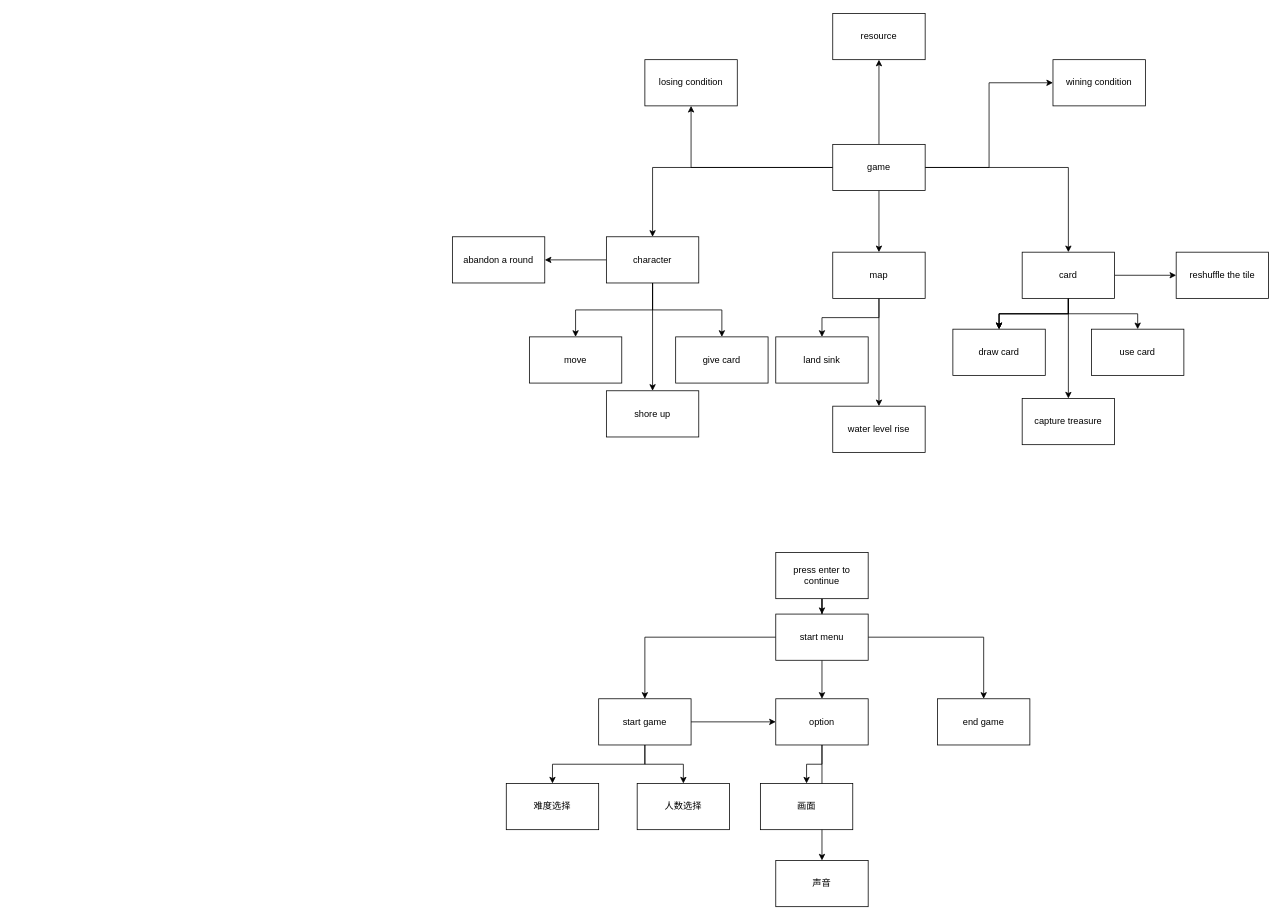
Above: forbidden-island.drawio in yukunliu110100001111/ForbiddenIsland (draw.io), before the change. Source tidied: cells renumbered, new cells numbered last; positions are measured from the earlier drawing's top-left corner, leaving out a move shared by most shapes. Both pictures are drawn from the tidied source at 77%, with x=0, y=0 at pixel (452, 13).
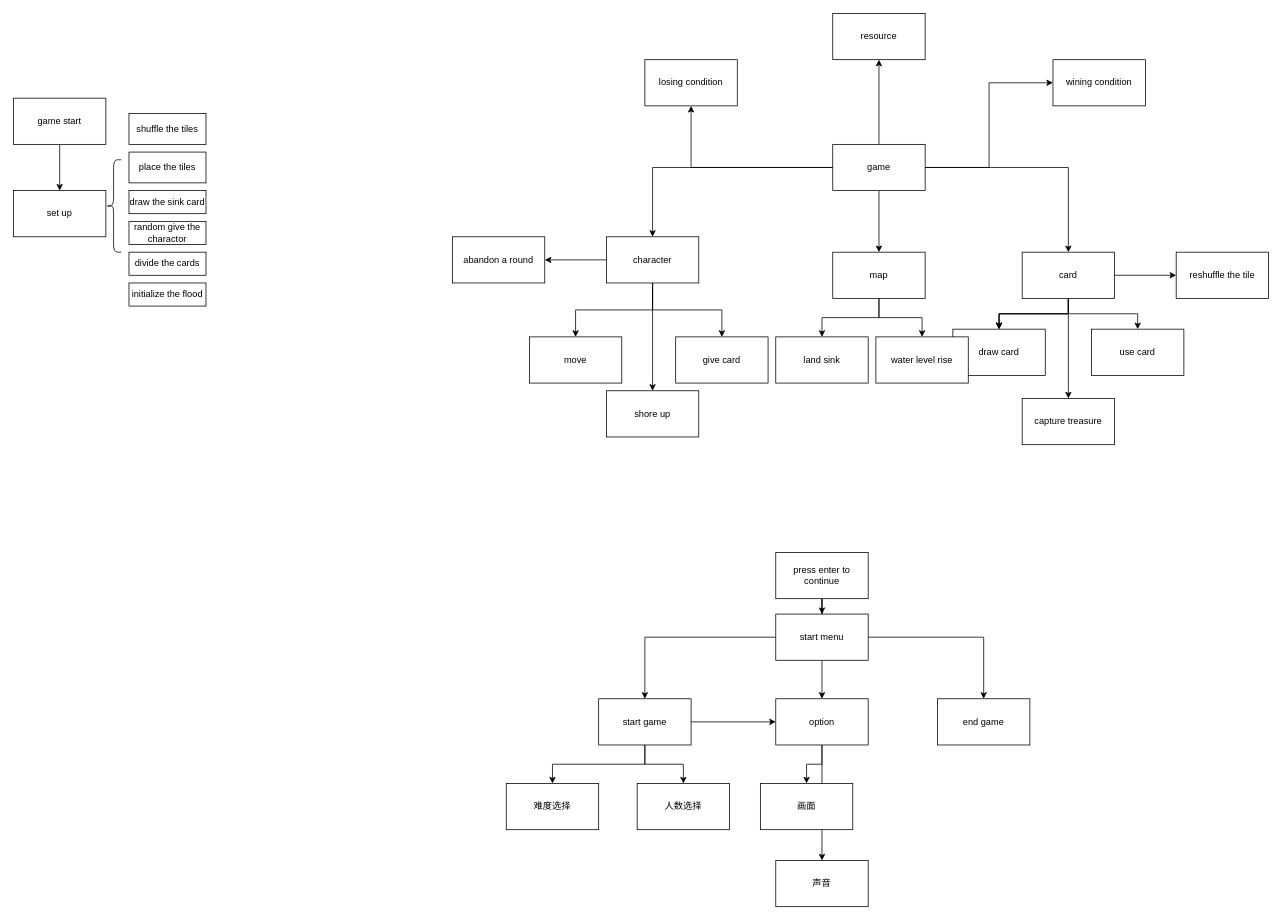
After the change.

Change to the diagram source:
```diff
@@
     <mxCell id="36" value="water level rise" style="rounded=0;whiteSpace=wrap;html=1;" parent="1" vertex="1">
-      <mxGeometry x="494" y="510" width="120" height="60" as="geometry" />
+      <mxGeometry x="550" y="420" width="120" height="60" as="geometry" />
     </mxCell>
@@
+    <mxCell id="55" style="edgeStyle=orthogonalEdgeStyle;rounded=0;jettySize=auto;html=1;" parent="1" edge="1" source="56" target="57">
+      <mxGeometry relative="1" as="geometry" />
+    </mxCell>
+    <mxCell id="56" value="game start" style="rounded=0;whiteSpace=wrap;html=1;" parent="1" vertex="1">
+      <mxGeometry x="-570" y="110" width="120" height="60" as="geometry" />
+    </mxCell>
+    <mxCell id="57" value="set up" style="whiteSpace=wrap;html=1;rounded=0;" parent="1" vertex="1">
+      <mxGeometry x="-570" y="230" width="120" height="60" as="geometry" />
+    </mxCell>
+    <mxCell id="58" value="shuffle the tiles" style="rounded=0;whiteSpace=wrap;html=1;" parent="1" vertex="1">
+      <mxGeometry x="-420" y="130" width="100" height="40" as="geometry" />
+    </mxCell>
+    <mxCell id="59" style="shape=curlyBracket;whiteSpace=wrap;html=1;rounded=1;labelPosition=left;verticalLabelPosition=middle;align=right;verticalAlign=middle;" parent="1" vertex="1">
+      <mxGeometry x="-450" y="190" width="20" height="120" as="geometry" />
+    </mxCell>
+    <mxCell id="60" value="place the tiles" style="rounded=0;whiteSpace=wrap;html=1;" parent="1" vertex="1">
+      <mxGeometry x="-420" y="180" width="100" height="40" as="geometry" />
+    </mxCell>
+    <mxCell id="61" value="initialize the flood" style="rounded=0;whiteSpace=wrap;html=1;" parent="1" vertex="1">
+      <mxGeometry x="-420" y="350" width="100" height="30" as="geometry" />
+    </mxCell>
+    <mxCell id="62" value="divide the cards" style="rounded=0;whiteSpace=wrap;html=1;" parent="1" vertex="1">
+      <mxGeometry x="-420" y="310" width="100" height="30" as="geometry" />
+    </mxCell>
+    <mxCell id="63" value="draw the sink card" style="rounded=0;whiteSpace=wrap;html=1;" parent="1" vertex="1">
+      <mxGeometry x="-420" y="230" width="100" height="30" as="geometry" />
+    </mxCell>
+    <mxCell id="64" value="random give the charactor" style="rounded=0;whiteSpace=wrap;html=1;" parent="1" vertex="1">
+      <mxGeometry x="-420" y="270" width="100" height="30" as="geometry" />
+    </mxCell>
```
